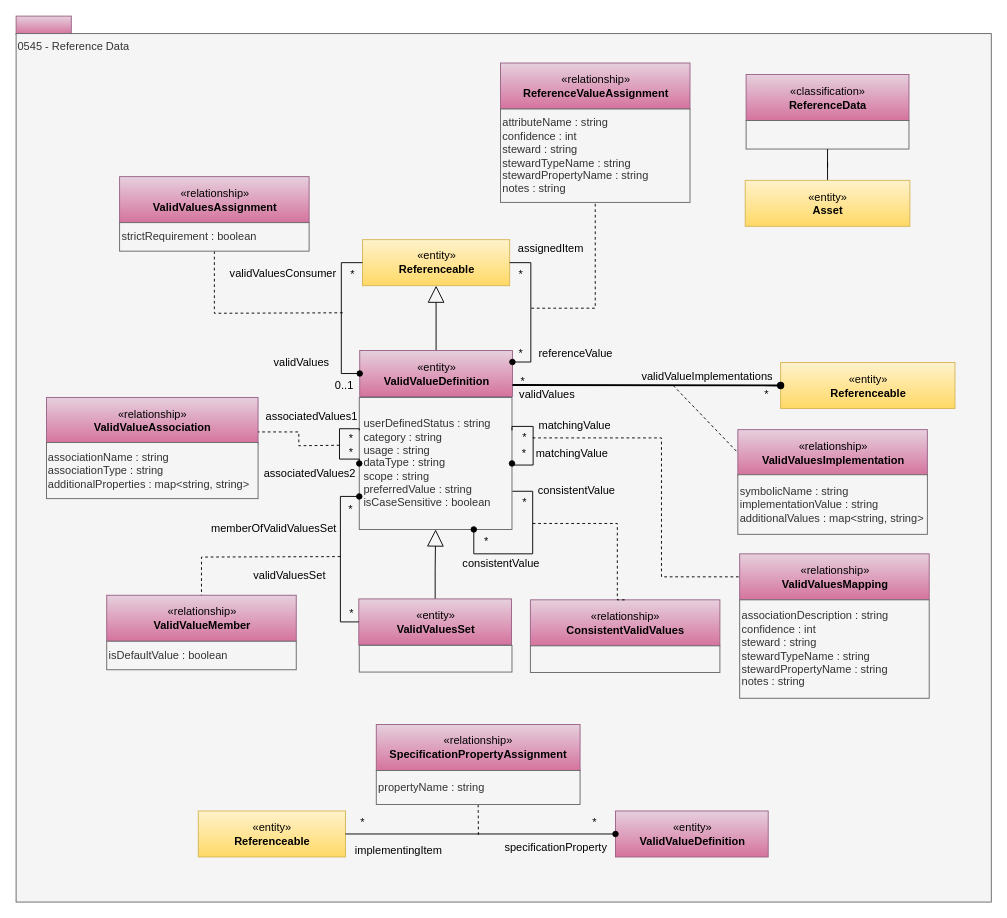
This is page "0545-Reference-Data" (26 of 36) of site/docs/types/5/area-5-models-and-schema.drawio from odpi/egeria-docs, a draw.io file, before an edit. Source tidied: cells renumbered, new cells numbered last; positions are measured from the earlier drawing's top-left corner, leaving out a move shared by most shapes. Both pictures are drawn from the tidied source at 92%, with x=0, y=0 at pixel (16, 16).
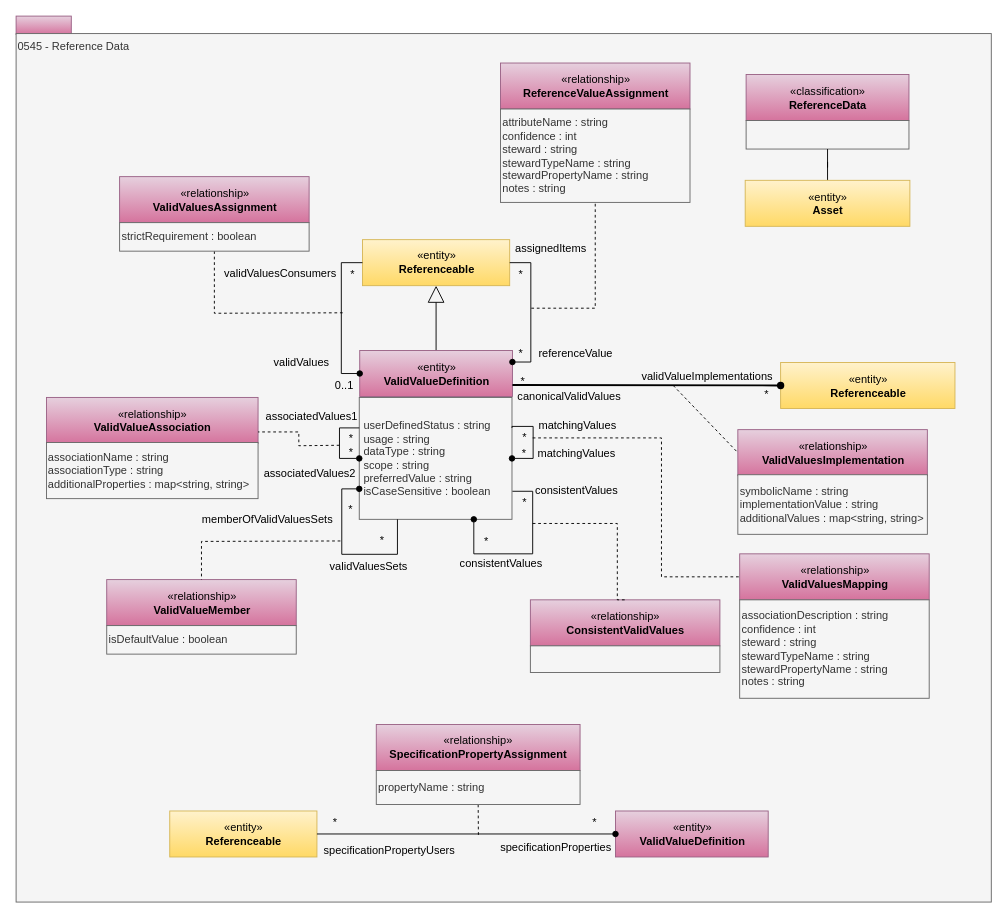
After the change.

What changed in the source:
```diff
@@
-    <mxCell id="6" value="userDefinedStatus : string&lt;div&gt;category : string&lt;br&gt;&lt;span&gt;usage : string&lt;br&gt;&lt;/span&gt;dataType : string&lt;br&gt;&lt;span&gt;scope : string&lt;br&gt;preferredValue : string&lt;br&gt;isCaseSensitive : boolean&lt;br&gt;&lt;/span&gt;&lt;/div&gt;" style="rounded=0;whiteSpace=wrap;html=1;strokeColor=#666666;align=left;spacingLeft=3;fillColor=#f5f5f5;fontColor=#333333;" parent="1" vertex="1">
-      <mxGeometry x="373" y="414.5" width="166" height="143.5" as="geometry" />
+    <mxCell id="6" value="userDefinedStatus : string&lt;div&gt;&lt;span&gt;usage : string&lt;br&gt;&lt;/span&gt;dataType : string&lt;br&gt;&lt;span&gt;scope : string&lt;br&gt;preferredValue : string&lt;br&gt;isCaseSensitive : boolean&lt;br&gt;&lt;/span&gt;&lt;/div&gt;" style="rounded=0;whiteSpace=wrap;html=1;strokeColor=#666666;align=left;spacingLeft=3;fillColor=#f5f5f5;fontColor=#333333;" parent="1" vertex="1">
+      <mxGeometry x="373" y="414.5" width="166" height="132.5" as="geometry" />
     </mxCell>
@@
-    <mxCell id="14" value="validValues" style="text;html=1;strokeColor=none;fillColor=none;align=center;verticalAlign=middle;whiteSpace=wrap;rounded=0;" parent="1" vertex="1">
-      <mxGeometry x="540.5" y="401.5" width="73" height="20" as="geometry" />
+    <mxCell id="14" value="canonicalValidValues" style="text;html=1;strokeColor=none;fillColor=none;align=center;verticalAlign=middle;whiteSpace=wrap;rounded=0;" parent="1" vertex="1">
+      <mxGeometry x="565" y="404" width="73" height="20" as="geometry" />
     </mxCell>
@@
-    <mxCell id="18" style="edgeStyle=orthogonalEdgeStyle;rounded=0;jettySize=auto;html=1;exitX=0.5;exitY=0;exitDx=0;exitDy=0;endArrow=block;endFill=0;endSize=16;" parent="1" edge="1" source="19" target="6">
-      <mxGeometry relative="1" as="geometry" />
-    </mxCell>
-    <mxCell id="19" value="«entity»&lt;br&gt;&lt;b&gt;ValidValuesSet&lt;/b&gt;" style="html=1;strokeColor=#996185;align=center;fillColor=#e6d0de;gradientColor=#d5739d;" parent="1" vertex="1">
-      <mxGeometry x="372.5" y="633.5" width="166" height="50" as="geometry" />
-    </mxCell>
-    <mxCell id="20" style="rounded=0;whiteSpace=wrap;html=1;strokeColor=#666666;align=left;fillColor=#f5f5f5;fontColor=#333333;" parent="1" vertex="1">
-      <mxGeometry x="373" y="684" width="166" height="29" as="geometry" />
-    </mxCell>
@@
-    <mxCell id="24" value="memberOfValidValuesSet" style="text;html=1;strokeColor=none;fillColor=none;align=center;verticalAlign=middle;whiteSpace=wrap;rounded=0;" parent="1" vertex="1">
-      <mxGeometry x="233.5" y="546.5" width="93" height="20" as="geometry" />
+    <mxCell id="24" value="memberOfValidValuesSets" style="text;html=1;strokeColor=none;fillColor=none;align=center;verticalAlign=middle;whiteSpace=wrap;rounded=0;" parent="1" vertex="1">
+      <mxGeometry x="198" y="537" width="150.5" height="20" as="geometry" />
     </mxCell>
-    <mxCell id="25" value="validValuesSet" style="text;html=1;strokeColor=none;fillColor=none;align=center;verticalAlign=middle;whiteSpace=wrap;rounded=0;" parent="1" vertex="1">
-      <mxGeometry x="250.5" y="597.5" width="93" height="20" as="geometry" />
+    <mxCell id="25" value="validValuesSets" style="text;html=1;strokeColor=none;fillColor=none;align=center;verticalAlign=middle;whiteSpace=wrap;rounded=0;" parent="1" vertex="1">
+      <mxGeometry x="337" y="589" width="93" height="20" as="geometry" />
     </mxCell>
-    <mxCell id="26" value="validValuesConsumer" style="text;html=1;strokeColor=none;fillColor=none;align=center;verticalAlign=middle;whiteSpace=wrap;rounded=0;" parent="1" vertex="1">
-      <mxGeometry x="244" y="269.5" width="93" height="20" as="geometry" />
+    <mxCell id="26" value="validValuesConsumers" style="text;html=1;strokeColor=none;fillColor=none;align=center;verticalAlign=middle;whiteSpace=wrap;rounded=0;" parent="1" vertex="1">
+      <mxGeometry x="241" y="269.5" width="93" height="20" as="geometry" />
     </mxCell>
@@
     <mxCell id="29" value="*" style="text;html=1;strokeColor=none;fillColor=none;align=center;verticalAlign=middle;whiteSpace=wrap;rounded=0;" parent="1" vertex="1">
-      <mxGeometry x="345" y="639.5" width="40" height="20" as="geometry" />
+      <mxGeometry x="378" y="559.5" width="40" height="20" as="geometry" />
     </mxCell>
@@
     <mxCell id="32" value="«relationship»&lt;br&gt;&lt;b&gt;ValidValueMember&lt;/b&gt;" style="html=1;strokeColor=#996185;align=center;fillColor=#e6d0de;gradientColor=#d5739d;" parent="1" vertex="1">
-      <mxGeometry x="98.5" y="629.5" width="206" height="50" as="geometry" />
+      <mxGeometry x="98.5" y="612.5" width="206" height="50" as="geometry" />
     </mxCell>
     <mxCell id="33" style="endArrow=none;dashed=1;html=1;entryX=0.5;entryY=0;edgeStyle=orthogonalEdgeStyle;rounded=0;entryDx=0;entryDy=0;" parent="1" edge="1" target="32">
       <mxGeometry relative="1" as="geometry">
-        <mxPoint x="352.5" y="587.5" as="sourcePoint" />
+        <mxPoint x="352.5" y="570.5" as="sourcePoint" />
       </mxGeometry>
     </mxCell>
     <mxCell id="34" value="isDefaultValue : boolean" style="rounded=0;whiteSpace=wrap;html=1;strokeColor=#666666;align=left;fillColor=#f5f5f5;fontColor=#333333;" parent="1" vertex="1">
-      <mxGeometry x="98.5" y="679.5" width="206" height="31" as="geometry" />
+      <mxGeometry x="98.5" y="662.5" width="206" height="31" as="geometry" />
     </mxCell>
     <mxCell id="35" style="edgeStyle=orthogonalEdgeStyle;rounded=0;orthogonalLoop=1;jettySize=auto;html=1;exitX=1;exitY=0.25;exitDx=0;exitDy=0;entryX=1;entryY=0.5;entryDx=0;entryDy=0;endArrow=oval;endFill=1;" parent="1" edge="1" source="6" target="6">
       <mxGeometry relative="1" as="geometry">
         <Array as="points">
           <mxPoint x="539" y="446" />
           <mxPoint x="562" y="446" />
-          <mxPoint x="562" y="488" />
+          <mxPoint x="562" y="481" />
         </Array>
       </mxGeometry>
     </mxCell>
-    <mxCell id="36" value="matchingValue" style="text;html=1;strokeColor=none;fillColor=none;align=center;verticalAlign=middle;whiteSpace=wrap;rounded=0;" parent="1" vertex="1">
-      <mxGeometry x="570.5" y="434.5" width="73" height="20" as="geometry" />
+    <mxCell id="36" value="matchingValues" style="text;html=1;strokeColor=none;fillColor=none;align=center;verticalAlign=middle;whiteSpace=wrap;rounded=0;" parent="1" vertex="1">
+      <mxGeometry x="573.5" y="434.5" width="73" height="20" as="geometry" />
     </mxCell>
-    <mxCell id="37" value="matchingValue" style="text;html=1;strokeColor=none;fillColor=none;align=center;verticalAlign=middle;whiteSpace=wrap;rounded=0;" parent="1" vertex="1">
-      <mxGeometry x="562" y="465.5" width="84.5" height="20" as="geometry" />
+    <mxCell id="37" value="matchingValues" style="text;html=1;strokeColor=none;fillColor=none;align=center;verticalAlign=middle;whiteSpace=wrap;rounded=0;" parent="1" vertex="1">
+      <mxGeometry x="567" y="465.5" width="84.5" height="20" as="geometry" />
     </mxCell>
@@
-    <mxCell id="48" value="assignedItem" style="text;html=1;strokeColor=none;fillColor=none;align=center;verticalAlign=middle;whiteSpace=wrap;rounded=0;" parent="1" vertex="1">
+    <mxCell id="48" value="assignedItems" style="text;html=1;strokeColor=none;fillColor=none;align=center;verticalAlign=middle;whiteSpace=wrap;rounded=0;" parent="1" vertex="1">
       <mxGeometry x="544" y="243" width="75" height="20" as="geometry" />
     </mxCell>
@@
-    <mxCell id="51" style="edgeStyle=orthogonalEdgeStyle;rounded=0;jettySize=auto;html=1;exitX=0;exitY=0.5;exitDx=0;exitDy=0;entryX=0;entryY=0.75;entryDx=0;entryDy=0;endArrow=oval;endFill=1;" parent="1" edge="1" source="19" target="6">
-      <mxGeometry relative="1" as="geometry" />
+    <mxCell id="51" style="edgeStyle=orthogonalEdgeStyle;rounded=0;orthogonalLoop=1;jettySize=auto;html=1;exitX=0.25;exitY=1;exitDx=0;exitDy=0;entryX=0;entryY=0.75;entryDx=0;entryDy=0;endArrow=oval;endFill=1;" parent="1" edge="1" source="6" target="6">
+      <mxGeometry relative="1" as="geometry">
+        <Array as="points">
+          <mxPoint x="415" y="585" />
+          <mxPoint x="354" y="585" />
+          <mxPoint x="354" y="514" />
+        </Array>
+      </mxGeometry>
     </mxCell>
@@
-    <mxCell id="55" value="consistentValue" style="text;html=1;strokeColor=none;fillColor=none;align=center;verticalAlign=middle;whiteSpace=wrap;rounded=0;" parent="1" vertex="1">
+    <mxCell id="55" value="consistentValues" style="text;html=1;strokeColor=none;fillColor=none;align=center;verticalAlign=middle;whiteSpace=wrap;rounded=0;" parent="1" vertex="1">
       <mxGeometry x="572.5" y="505.5" width="73" height="20" as="geometry" />
     </mxCell>
-    <mxCell id="56" value="consistentValue" style="text;html=1;strokeColor=none;fillColor=none;align=center;verticalAlign=middle;whiteSpace=wrap;rounded=0;" parent="1" vertex="1">
+    <mxCell id="56" value="consistentValues" style="text;html=1;strokeColor=none;fillColor=none;align=center;verticalAlign=middle;whiteSpace=wrap;rounded=0;" parent="1" vertex="1">
       <mxGeometry x="484.5" y="584.5" width="84.5" height="20" as="geometry" />
     </mxCell>
@@
     <mxCell id="73" value="«entity»&lt;br&gt;&lt;b&gt;Referenceable&lt;/b&gt;" style="html=1;strokeColor=#d6b656;align=center;fillColor=#fff2cc;gradientColor=#ffd966;" parent="1" vertex="1">
-      <mxGeometry x="198" y="864" width="160" height="50" as="geometry" />
+      <mxGeometry x="167" y="864" width="160" height="50" as="geometry" />
     </mxCell>
@@
     <mxCell id="75" value="*" style="text;html=1;strokeColor=none;fillColor=none;align=center;verticalAlign=middle;whiteSpace=wrap;rounded=0;" parent="1" vertex="1">
-      <mxGeometry x="357" y="867" width="40" height="20" as="geometry" />
+      <mxGeometry x="327" y="867" width="40" height="20" as="geometry" />
     </mxCell>
@@
-    <mxCell id="79" value="implementingItem" style="text;html=1;strokeColor=none;fillColor=none;align=center;verticalAlign=middle;whiteSpace=wrap;rounded=0;" parent="1" vertex="1">
-      <mxGeometry x="362" y="897" width="108" height="20" as="geometry" />
+    <mxCell id="79" value="specificationPropertyUsers" style="text;html=1;strokeColor=none;fillColor=none;align=center;verticalAlign=middle;whiteSpace=wrap;rounded=0;" parent="1" vertex="1">
+      <mxGeometry x="352" y="897" width="108" height="20" as="geometry" />
     </mxCell>
-    <mxCell id="80" value="specificationProperty" style="text;html=1;strokeColor=none;fillColor=none;align=center;verticalAlign=middle;whiteSpace=wrap;rounded=0;" parent="1" vertex="1">
+    <mxCell id="80" value="specificationProperties" style="text;html=1;strokeColor=none;fillColor=none;align=center;verticalAlign=middle;whiteSpace=wrap;rounded=0;" parent="1" vertex="1">
       <mxGeometry x="522" y="894" width="129.5" height="20" as="geometry" />
     </mxCell>
```
